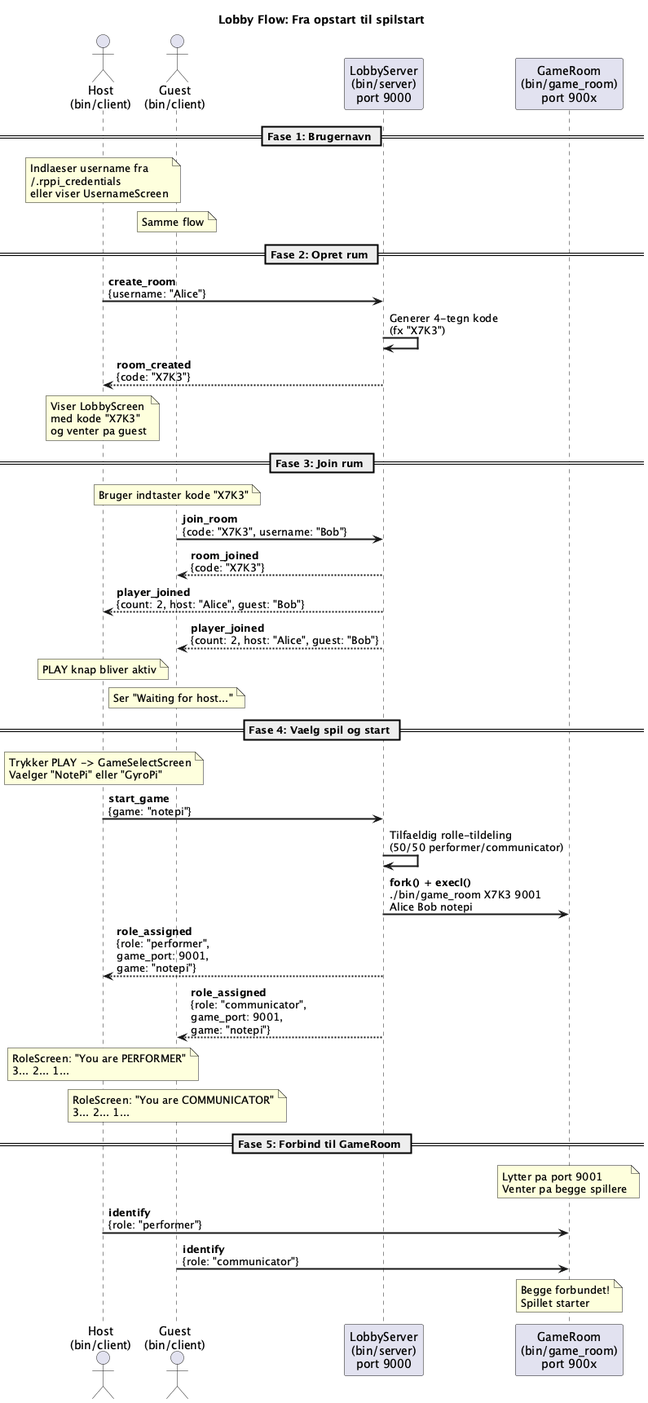
Above: rppi/docs/Lobby Flow - Opret rum og start spil.png in MaltheWinther/ClaudeCode (PlantUML), before the change.
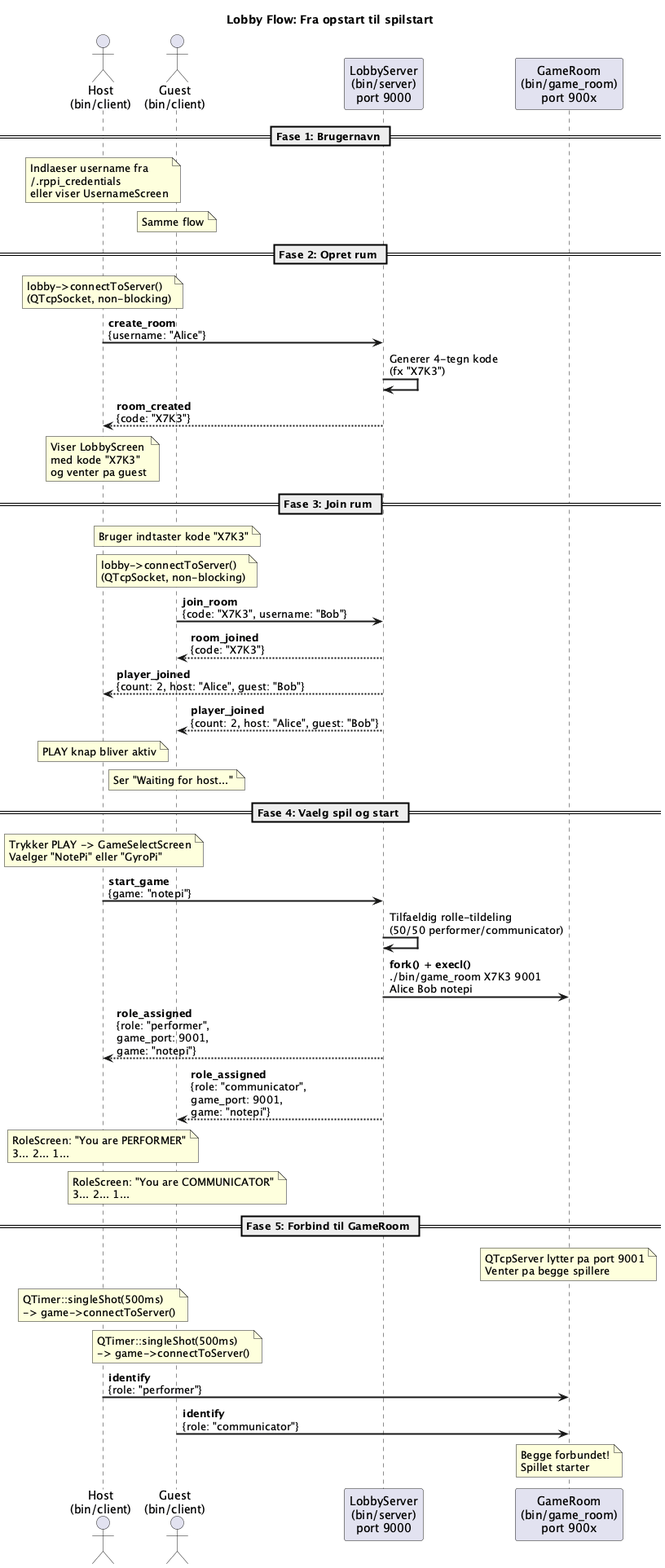
After the commit.

What changed in the source:
```diff
@@ -16,6 +16,7 @@
 note over G: Samme flow
 
 == Fase 2: Opret rum ==
+note over H: lobby->connectToServer()\n(QTcpSocket, non-blocking)
 H -> LS: **create_room**\n{username: "Alice"}
 LS -> LS: Generer 4-tegn kode\n(fx "X7K3")
 LS --> H: **room_created**\n{code: "X7K3"}
@@ -23,6 +24,7 @@
 
 == Fase 3: Join rum ==
 note over G: Bruger indtaster kode "X7K3"
+note over G: lobby->connectToServer()\n(QTcpSocket, non-blocking)
 G -> LS: **join_room**\n{code: "X7K3", username: "Bob"}
 LS --> G: **room_joined**\n{code: "X7K3"}
 LS --> H: **player_joined**\n{count: 2, host: "Alice", guest: "Bob"}
@@ -44,7 +46,9 @@
 note over G: RoleScreen: "You are COMMUNICATOR"\n3... 2... 1...
 
 == Fase 5: Forbind til GameRoom ==
-note over GR: Lytter pa port 9001\nVenter pa begge spillere
+note over GR: QTcpServer lytter pa port 9001\nVenter pa begge spillere
+note over H: QTimer::singleShot(500ms)\n-> game->connectToServer()
+note over G: QTimer::singleShot(500ms)\n-> game->connectToServer()
 
 H -> GR: **identify**\n{role: "performer"}
 G -> GR: **identify**\n{role: "communicator"}
```
